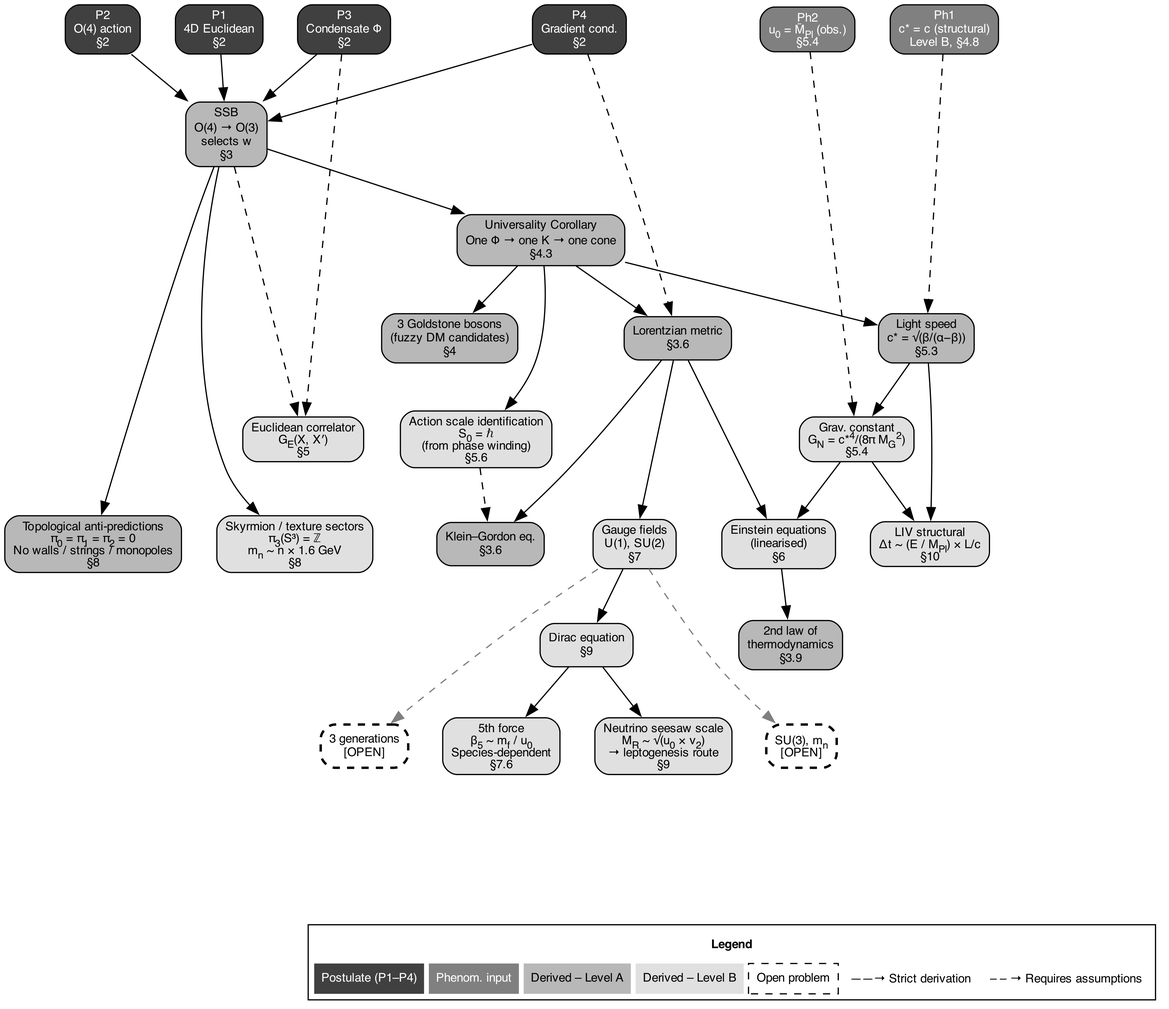
The Graphviz diagram figures/fig_partI_derivation_logic.png in chufelo/ECT-preprint-code, before a commit. Its source is kept beside it as fig_partI_derivation_logic.gv.
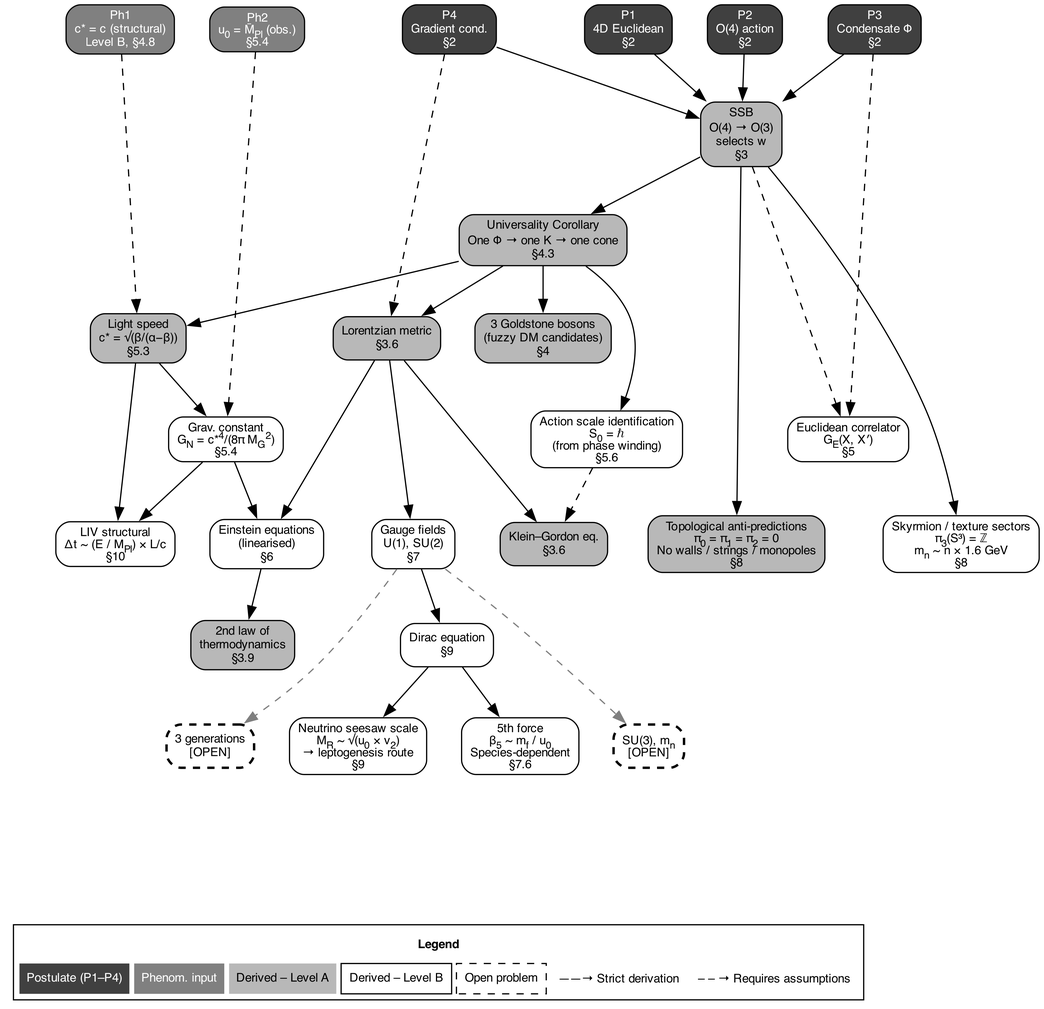
After the commit.

Commit message:
Both figures: Level B fill → white, legend centered

The edit, as a diff of the source:
```diff
@@ -7,6 +7,7 @@
   splines=true;
   nodesep=0.40;
   ranksep=0.55;
+  labeljust=c;
 
   node [fillcolor="#404040", fontcolor=white];
   P1 [label=<P1<BR/>4D Euclidean<BR/>§2>];
@@ -28,7 +29,7 @@
   second_law [label=<2nd law of<BR/>thermodynamics<BR/>§3.9>];
   topo_anti [label=<Topological anti-predictions<BR/>π<SUB>0</SUB> = π<SUB>1</SUB> = π<SUB>2</SUB> = 0<BR/>No walls / strings / monopoles<BR/>§8>];
 
-  node [fillcolor="#e0e0e0", fontcolor=black];
+  node [fillcolor="#ffffff", fontcolor=black];
   S0 [label=<Action scale identification<BR/>S<SUB>0</SUB> = ℏ<BR/>(from phase winding)<BR/>§5.6>];
   GE [label=<Euclidean correlator<BR/>G<SUB>E</SUB>(X, X′)<BR/>§5>];
   GN [label=<Grav. constant<BR/>G<SUB>N</SUB> = c*<SUP>4</SUP>/(8π M<SUB>G</SUB><SUP>2</SUP>)<BR/>§5.4>];
@@ -79,6 +80,8 @@
   seesaw -> spacer1 [style=invis];
   LIV -> spacer1 [style=invis];
   SU3 -> spacer1 [style=invis];
+  threegen -> spacer1 [style=invis];
+  fifth -> spacer1 [style=invis];
   spacer1 -> spacer2 [style=invis];
 
   node [shape=plaintext, style="", fillcolor=white];
@@ -91,7 +94,7 @@
         <TD BGCOLOR="#404040"><FONT COLOR="white">Postulate (P1–P4)</FONT></TD>
         <TD BGCOLOR="#808080"><FONT COLOR="white">Phenom. input</FONT></TD>
         <TD BGCOLOR="#b8b8b8">Derived – Level A</TD>
-        <TD BGCOLOR="#e0e0e0">Derived – Level B</TD>
+        <TD BGCOLOR="#ffffff" BORDER="1">Derived – Level B</TD>
         <TD BORDER="1" STYLE="DASHED">Open problem</TD>
         <TD>——→ Strict derivation</TD>
         <TD>– – → Requires assumptions</TD>
```
